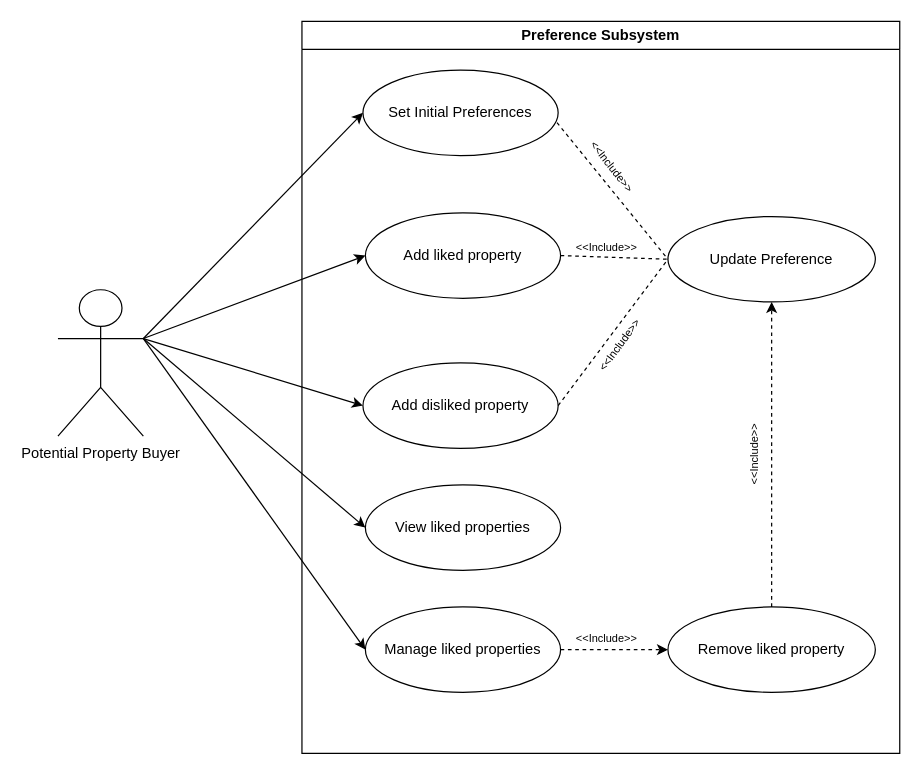
Before: diagrams/use-case diagrams/preferences-usecase.drawio in COS301-SE-2023/EstateMatch, a draw.io diagram. Source tidied: cells renumbered, new cells numbered last; positions are measured from the earlier drawing's top-left corner, leaving out a move shared by most shapes. Both pictures are drawn from the tidied source at 122%, with x=0, y=0 at pixel (57, 21).
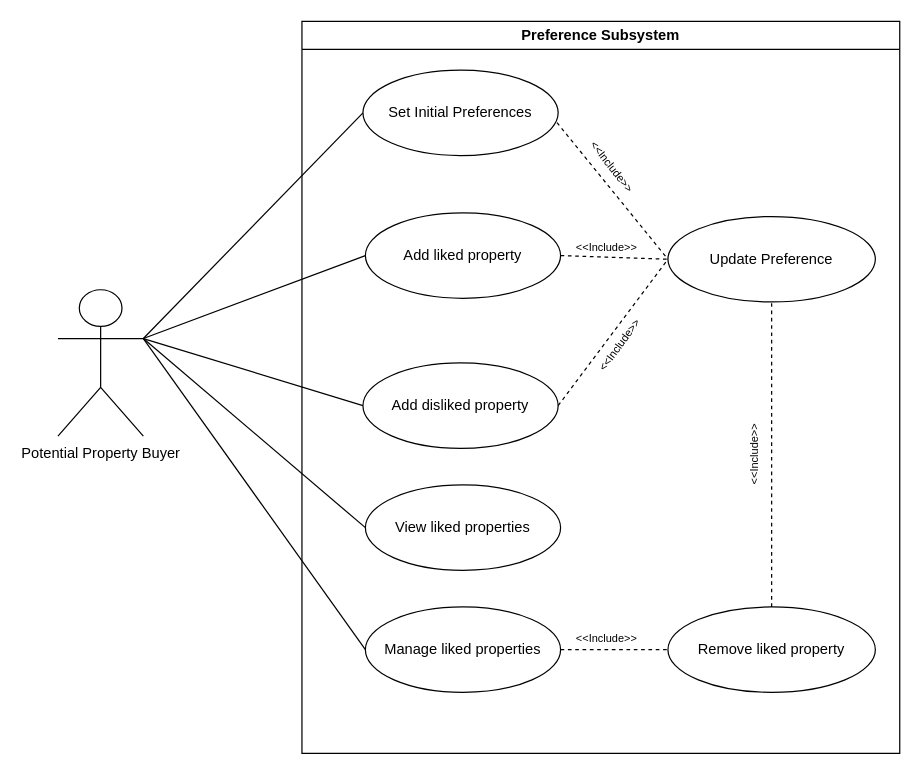
The same diagram, later.

Commit message:
📝 (diagrams) Updated preference usecase

The change refers to these unchanged cells:
```xml
<mxCell id="7" value="Potential Property Buyer" style="shape=umlActor;verticalLabelPosition=bottom;verticalAlign=top;html=1;" parent="1" vertex="1">
  <mxGeometry y="220" width="70" height="120" as="geometry" />
</mxCell>
<mxCell id="8" value="Preference Subsystem" style="swimlane;whiteSpace=wrap;html=1;" parent="1" vertex="1">
  <mxGeometry x="200" width="490" height="600" as="geometry" />
</mxCell>
<mxCell id="9" value="Set Initial Preferences" style="ellipse;whiteSpace=wrap;html=1;" parent="8" vertex="1">
  <mxGeometry x="50" y="40" width="160" height="70" as="geometry" />
</mxCell>
<mxCell id="10" value="Add liked property" style="ellipse;whiteSpace=wrap;html=1;" parent="8" vertex="1">
  <mxGeometry x="52" y="157" width="160" height="70" as="geometry" />
</mxCell>
<mxCell id="11" value="Add disliked property" style="ellipse;whiteSpace=wrap;html=1;" parent="8" vertex="1">
  <mxGeometry x="50" y="280" width="160" height="70" as="geometry" />
</mxCell>
<mxCell id="12" value="Update Preference" style="ellipse;whiteSpace=wrap;html=1;" parent="8" vertex="1">
  <mxGeometry x="300" y="160" width="170" height="70" as="geometry" />
</mxCell>
<mxCell id="19" value="View liked properties" style="ellipse;whiteSpace=wrap;html=1;" parent="8" vertex="1">
  <mxGeometry x="52" y="380" width="160" height="70" as="geometry" />
</mxCell>
<mxCell id="21" value="Manage liked properties" style="ellipse;whiteSpace=wrap;html=1;" parent="8" vertex="1">
  <mxGeometry x="52" y="480" width="160" height="70" as="geometry" />
</mxCell>
<mxCell id="23" value="Remove liked property" style="ellipse;whiteSpace=wrap;html=1;" parent="8" vertex="1">
  <mxGeometry x="300" y="480" width="170" height="70" as="geometry" />
</mxCell>
```

Change to the diagram source:
```diff
@@
-    <mxCell id="2" style="edgeStyle=none;html=1;exitX=1;exitY=0.3333333333333333;exitDx=0;exitDy=0;exitPerimeter=0;entryX=0;entryY=0.5;entryDx=0;entryDy=0;" parent="1" edge="1" source="7" target="9">
+    <mxCell id="2" style="edgeStyle=none;html=1;exitX=1;exitY=0.3333333333333333;exitDx=0;exitDy=0;exitPerimeter=0;entryX=0;entryY=0.5;entryDx=0;entryDy=0;endArrow=none;endFill=0;" parent="1" edge="1" source="7" target="9">
       <mxGeometry relative="1" as="geometry" />
     </mxCell>
-    <mxCell id="3" style="edgeStyle=none;html=1;exitX=1;exitY=0.3333333333333333;exitDx=0;exitDy=0;exitPerimeter=0;entryX=0;entryY=0.5;entryDx=0;entryDy=0;" parent="1" edge="1" source="7" target="10">
+    <mxCell id="3" style="edgeStyle=none;html=1;exitX=1;exitY=0.3333333333333333;exitDx=0;exitDy=0;exitPerimeter=0;entryX=0;entryY=0.5;entryDx=0;entryDy=0;endArrow=none;endFill=0;" parent="1" edge="1" source="7" target="10">
       <mxGeometry relative="1" as="geometry" />
     </mxCell>
-    <mxCell id="4" style="edgeStyle=none;html=1;exitX=1;exitY=0.3333333333333333;exitDx=0;exitDy=0;exitPerimeter=0;entryX=0;entryY=0.5;entryDx=0;entryDy=0;" parent="1" edge="1" source="7" target="11">
+    <mxCell id="4" style="edgeStyle=none;html=1;exitX=1;exitY=0.3333333333333333;exitDx=0;exitDy=0;exitPerimeter=0;entryX=0;entryY=0.5;entryDx=0;entryDy=0;endArrow=none;endFill=0;" parent="1" edge="1" source="7" target="11">
       <mxGeometry relative="1" as="geometry" />
     </mxCell>
-    <mxCell id="5" style="edgeStyle=none;html=1;exitX=1;exitY=0.3333333333333333;exitDx=0;exitDy=0;exitPerimeter=0;entryX=0;entryY=0.5;entryDx=0;entryDy=0;" parent="1" edge="1" source="7" target="19">
+    <mxCell id="5" style="edgeStyle=none;html=1;exitX=1;exitY=0.3333333333333333;exitDx=0;exitDy=0;exitPerimeter=0;entryX=0;entryY=0.5;entryDx=0;entryDy=0;endArrow=none;endFill=0;" parent="1" edge="1" source="7" target="19">
       <mxGeometry relative="1" as="geometry" />
     </mxCell>
-    <mxCell id="6" style="edgeStyle=none;html=1;exitX=1;exitY=0.3333333333333333;exitDx=0;exitDy=0;exitPerimeter=0;entryX=0;entryY=0.5;entryDx=0;entryDy=0;" parent="1" edge="1" source="7" target="21">
+    <mxCell id="6" style="edgeStyle=none;html=1;exitX=1;exitY=0.3333333333333333;exitDx=0;exitDy=0;exitPerimeter=0;entryX=0;entryY=0.5;entryDx=0;entryDy=0;endArrow=none;endFill=0;" parent="1" edge="1" source="7" target="21">
       <mxGeometry relative="1" as="geometry" />
     </mxCell>
@@
-    <mxCell id="20" style="edgeStyle=none;html=1;exitX=1;exitY=0.5;exitDx=0;exitDy=0;entryX=0;entryY=0.5;entryDx=0;entryDy=0;dashed=1;" parent="8" edge="1" source="21" target="23">
+    <mxCell id="20" style="edgeStyle=none;html=1;exitX=1;exitY=0.5;exitDx=0;exitDy=0;entryX=0;entryY=0.5;entryDx=0;entryDy=0;dashed=1;endArrow=none;endFill=0;" parent="8" edge="1" source="21" target="23">
       <mxGeometry relative="1" as="geometry" />
     </mxCell>
@@
-    <mxCell id="22" style="edgeStyle=none;html=1;exitX=0.5;exitY=0;exitDx=0;exitDy=0;entryX=0.5;entryY=1;entryDx=0;entryDy=0;dashed=1;" parent="8" edge="1" source="23" target="12">
+    <mxCell id="22" style="edgeStyle=none;html=1;exitX=0.5;exitY=0;exitDx=0;exitDy=0;entryX=0.5;entryY=1;entryDx=0;entryDy=0;dashed=1;endArrow=none;endFill=0;" parent="8" edge="1" source="23" target="12">
       <mxGeometry relative="1" as="geometry" />
     </mxCell>
```
